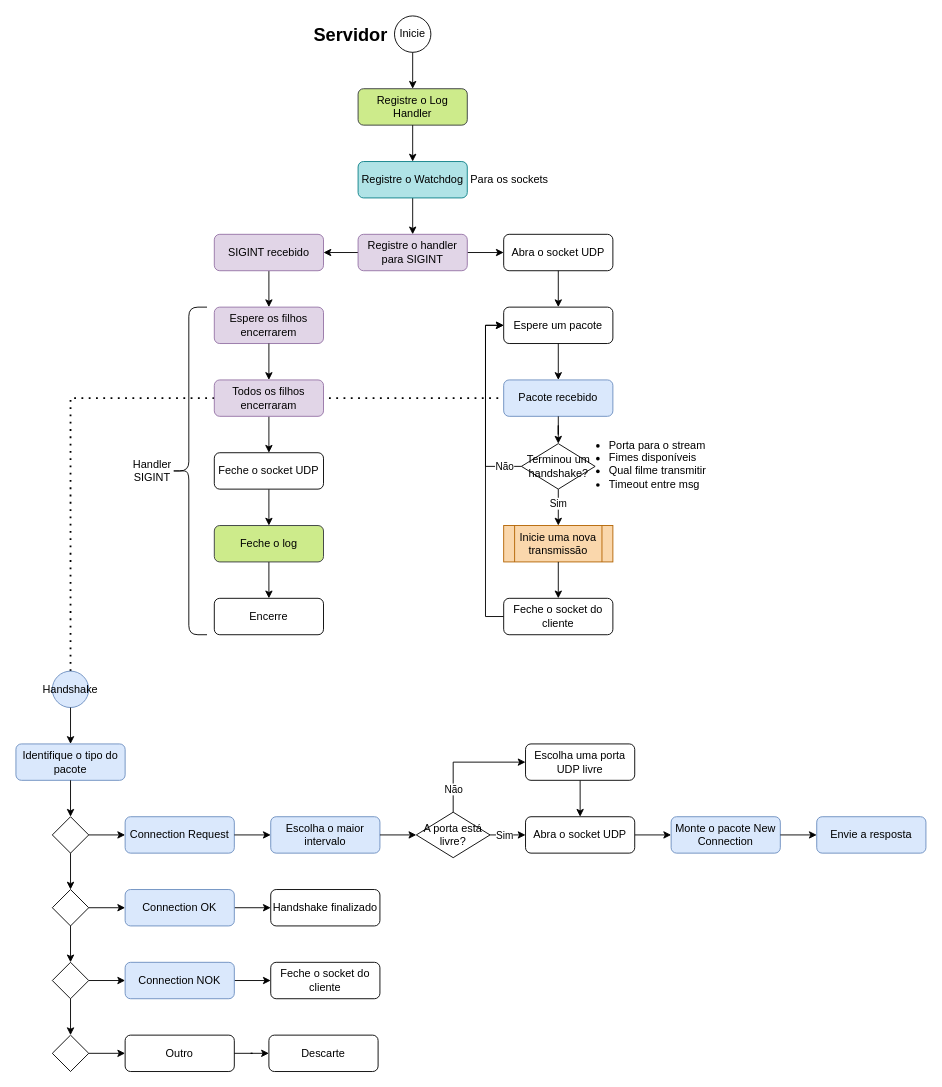
Earlier version of the draw.io diagram page "Servidor" (1 of 7) of SRT.drawio (nico-ig/UDP-Video-Streaming). Source tidied: cells renumbered, new cells numbered last; positions are measured from the earlier drawing's top-left corner, leaving out a move shared by most shapes. Both pictures are drawn from the tidied source at 91%, with x=0, y=0 at pixel (15, 15).
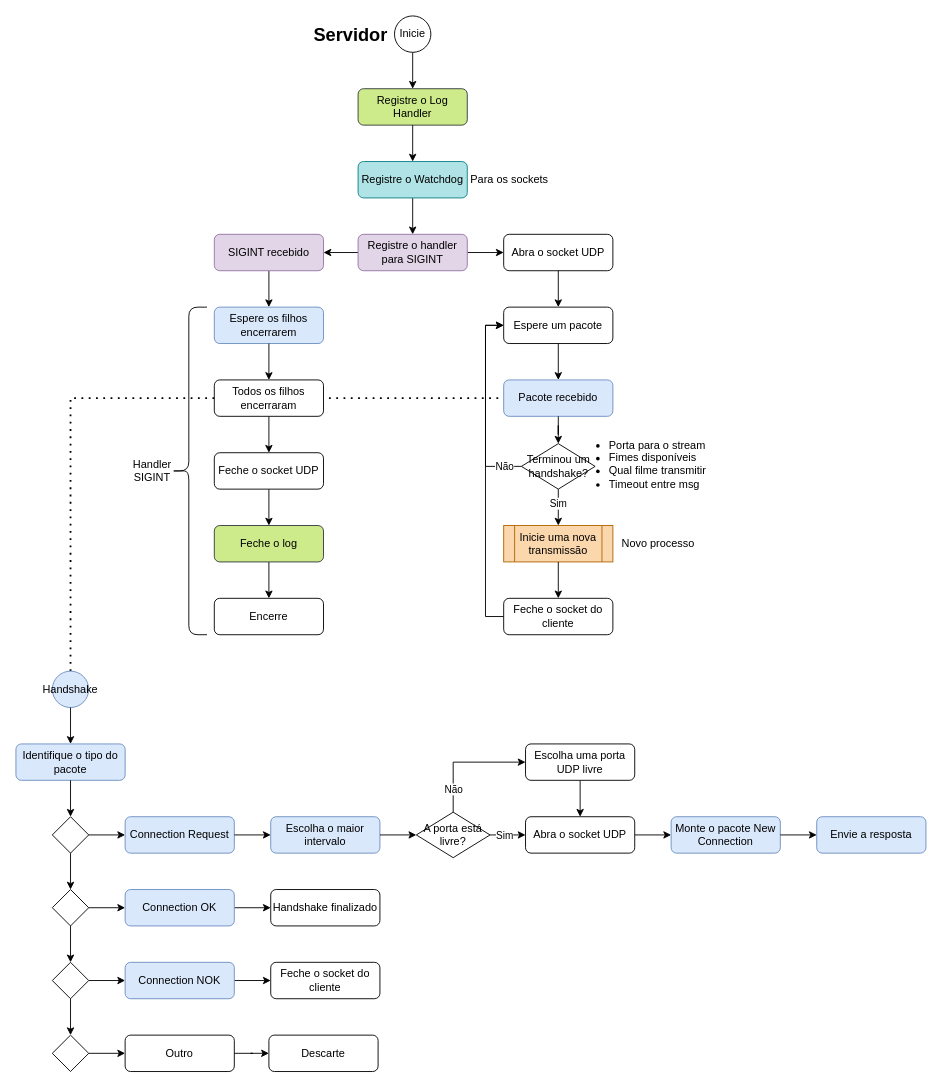
The same page after the edit.

Diff of the diagram source:
```diff
@@
-    <mxCell id="31" value="Espere os filhos encerrarem" style="rounded=1;whiteSpace=wrap;html=1;fillColor=#e1d5e7;strokeColor=#9673a6;" parent="1" vertex="1">
+    <mxCell id="31" value="Espere os filhos encerrarem" style="rounded=1;whiteSpace=wrap;html=1;fillColor=#dae8fc;strokeColor=#6c8ebf;" parent="1" vertex="1">
       <mxGeometry x="218" y="320" width="120" height="40" as="geometry" />
     </mxCell>
@@
-    <mxCell id="33" value="Todos os filhos encerraram" style="rounded=1;whiteSpace=wrap;html=1;fillColor=#e1d5e7;strokeColor=#9673a6;" parent="1" vertex="1">
+    <mxCell id="33" value="Todos os filhos encerraram" style="rounded=1;whiteSpace=wrap;html=1;" parent="1" vertex="1">
       <mxGeometry x="218" y="400" width="120" height="40" as="geometry" />
     </mxCell>
@@
+    <mxCell id="80" value="Novo processo" style="text;html=1;strokeColor=none;fillColor=none;align=center;verticalAlign=middle;whiteSpace=wrap;rounded=0;" parent="1" vertex="1">
+      <mxGeometry x="656" y="565" width="100" height="30" as="geometry" />
+    </mxCell>
```
